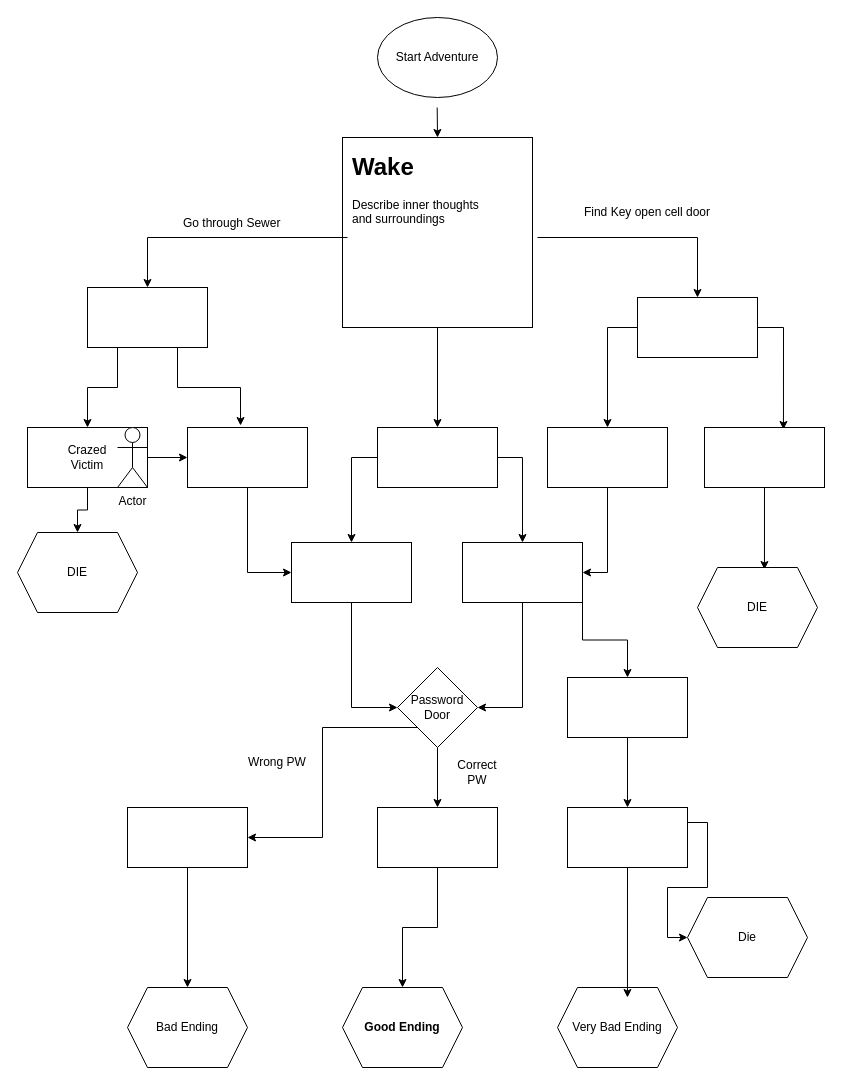
odgerst/C-Text_Adventure keeps this draw.io diagram as Untitled Diagram.drawio. Above is the earlier version. Source tidied: cells renumbered, new cells numbered last; positions are measured from the earlier drawing's top-left corner, leaving out a move shared by most shapes. Both pictures are drawn from the tidied source at 100%, with x=0, y=0 at pixel (17, 17).
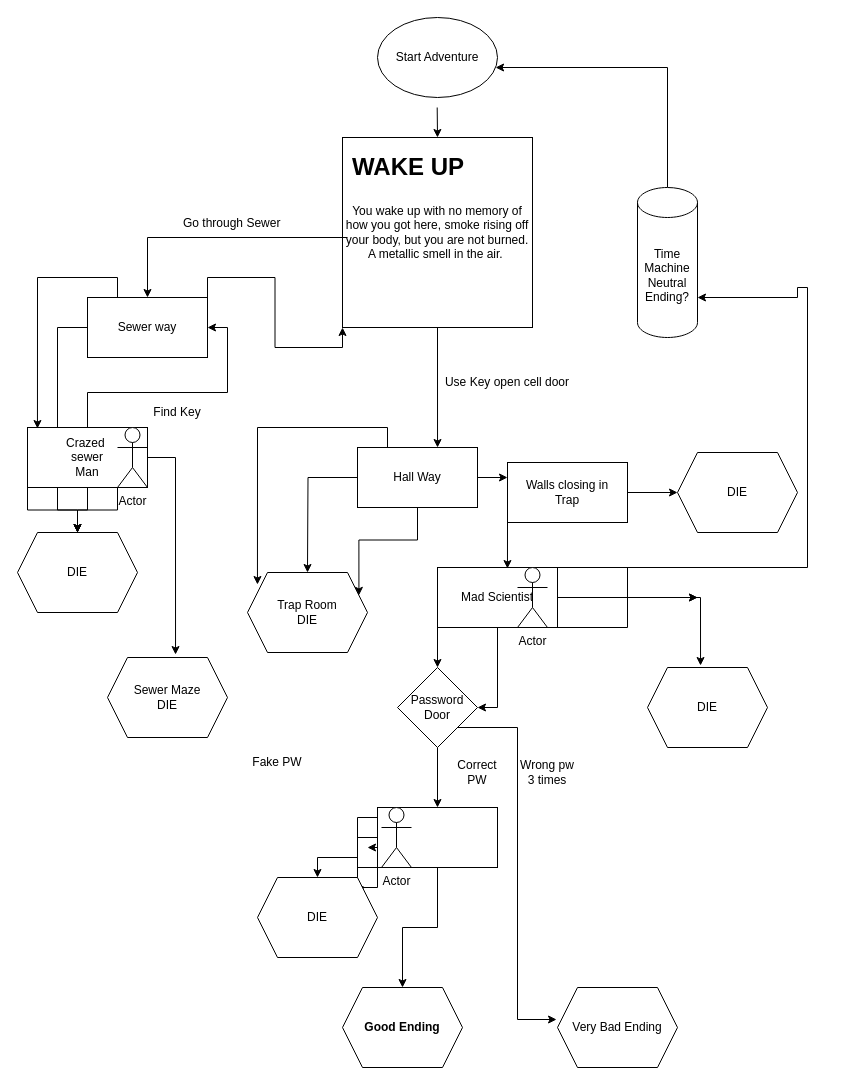
The same page after the edit.

Commit message:
Flow chart 0.5

Unchanged cells that the change refers to:
```xml
<mxCell id="2" value="Start Adventure&lt;br&gt;" style="ellipse;whiteSpace=wrap;html=1;" parent="1" vertex="1">
  <mxGeometry x="360" width="120" height="80" as="geometry" />
</mxCell>
<mxCell id="11" value="Very Bad Ending" style="shape=hexagon;perimeter=hexagonPerimeter2;whiteSpace=wrap;html=1;fixedSize=1;" parent="1" vertex="1">
  <mxGeometry x="540" y="970" width="120" height="80" as="geometry" />
</mxCell>
<mxCell id="37" value="Password&lt;br&gt;Door" style="rhombus;whiteSpace=wrap;html=1;" parent="1" vertex="1">
  <mxGeometry x="380" y="650" width="80" height="80" as="geometry" />
</mxCell>
<mxCell id="39" style="rounded=0;whiteSpace=wrap;html=1;" parent="1" vertex="1">
  <mxGeometry x="360" y="790" width="120" height="60" as="geometry" />
</mxCell>
<mxCell id="43" value="DIE" style="shape=hexagon;perimeter=hexagonPerimeter2;whiteSpace=wrap;html=1;fixedSize=1;" parent="1" vertex="1">
  <mxGeometry y="515" width="120" height="80" as="geometry" />
</mxCell>
<mxCell id="50" value="Actor" style="shape=umlActor;verticalLabelPosition=bottom;verticalAlign=top;html=1;outlineConnect=0;" parent="1" vertex="1">
  <mxGeometry x="100" y="410" width="30" height="60" as="geometry" />
</mxCell>
```

The edit, as a diff of the source:
```diff
@@
-    <mxCell id="4" style="edgeStyle=orthogonalEdgeStyle;rounded=0;jettySize=auto;html=1;exitX=0.5;exitY=1;exitDx=0;exitDy=0;entryX=0.5;entryY=0;entryDx=0;entryDy=0;" parent="1" edge="1" source="5" target="22">
-      <mxGeometry relative="1" as="geometry" />
-    </mxCell>
+    <mxCell id="55" style="edgeStyle=orthogonalEdgeStyle;rounded=0;jettySize=auto;html=1;exitX=0.5;exitY=1;exitDx=0;exitDy=0;entryX=0.667;entryY=0;entryDx=0;entryDy=0;entryPerimeter=0;" parent="1" edge="1" source="5" target="30">
+      <mxGeometry relative="1" as="geometry" />
+    </mxCell>
-    <mxCell id="5" style="whiteSpace=wrap;html=1;" parent="1" vertex="1">
+    <mxCell id="5" value="You wake up with no memory of how you got here, smoke rising off your body, but you are not burned.&lt;br&gt;A metallic smell in the air.&amp;nbsp;" style="whiteSpace=wrap;html=1;" parent="1" vertex="1">
       <mxGeometry x="325" y="120" width="190" height="190" as="geometry" />
     </mxCell>
-    <mxCell id="6" style="edgeStyle=orthogonalEdgeStyle;rounded=0;jettySize=auto;html=1;exitX=1;exitY=0.75;exitDx=0;exitDy=0;entryX=0.5;entryY=0;entryDx=0;entryDy=0;" parent="1" edge="1" source="8" target="30">
-      <mxGeometry relative="1" as="geometry" />
-    </mxCell>
@@
-    <mxCell id="8" value="&lt;h1&gt;Wake&lt;/h1&gt;&lt;p&gt;Describe inner thoughts and&amp;nbsp;&lt;span style=&quot;background-color: initial; color: rgb(0, 0, 0); --darkreader-inline-bgcolor: initial; --darkreader-inline-color:#edebe8;&quot;&gt;surroundings&amp;nbsp;&lt;/span&gt;&lt;/p&gt;" style="text;html=1;strokeColor=none;fillColor=none;spacing=5;spacingTop=-20;whiteSpace=wrap;overflow=hidden;rounded=0;" parent="1" vertex="1">
+    <mxCell id="8" value="&lt;h1&gt;WAKE UP&lt;/h1&gt;" style="text;html=1;strokeColor=none;fillColor=none;spacing=5;spacingTop=-20;whiteSpace=wrap;overflow=hidden;rounded=0;" parent="1" vertex="1">
       <mxGeometry x="330" y="130" width="190" height="120" as="geometry" />
     </mxCell>
-    <mxCell id="9" value="Bad Ending" style="shape=hexagon;perimeter=hexagonPerimeter2;whiteSpace=wrap;html=1;fixedSize=1;" parent="1" vertex="1">
-      <mxGeometry x="110" y="970" width="120" height="80" as="geometry" />
-    </mxCell>
@@
-    <mxCell id="12" style="edgeStyle=orthogonalEdgeStyle;rounded=0;jettySize=auto;html=1;exitX=0.25;exitY=1;exitDx=0;exitDy=0;" parent="1" edge="1" source="14" target="17">
-      <mxGeometry relative="1" as="geometry" />
-    </mxCell>
-    <mxCell id="13" style="edgeStyle=orthogonalEdgeStyle;rounded=0;jettySize=auto;html=1;exitX=0.75;exitY=1;exitDx=0;exitDy=0;entryX=0.442;entryY=-0.033;entryDx=0;entryDy=0;entryPerimeter=0;" parent="1" edge="1" source="14" target="19">
-      <mxGeometry relative="1" as="geometry" />
-    </mxCell>
+    <mxCell id="56" style="edgeStyle=orthogonalEdgeStyle;rounded=0;jettySize=auto;html=1;exitX=0;exitY=0.5;exitDx=0;exitDy=0;entryX=0.25;entryY=0.167;entryDx=0;entryDy=0;entryPerimeter=0;" parent="1" edge="1" source="14" target="17">
+      <mxGeometry relative="1" as="geometry" />
+    </mxCell>
+    <mxCell id="57" style="edgeStyle=orthogonalEdgeStyle;rounded=0;jettySize=auto;html=1;exitX=1;exitY=0;exitDx=0;exitDy=0;entryX=0;entryY=1;entryDx=0;entryDy=0;" parent="1" edge="1" source="14" target="5">
+      <mxGeometry relative="1" as="geometry" />
+    </mxCell>
+    <mxCell id="58" style="edgeStyle=orthogonalEdgeStyle;rounded=0;jettySize=auto;html=1;exitX=0.25;exitY=0;exitDx=0;exitDy=0;entryX=0.083;entryY=0.017;entryDx=0;entryDy=0;entryPerimeter=0;" parent="1" edge="1" source="14" target="17">
+      <mxGeometry relative="1" as="geometry" />
+    </mxCell>
-    <mxCell id="14" style="rounded=0;whiteSpace=wrap;html=1;" parent="1" vertex="1">
-      <mxGeometry x="70" y="270" width="120" height="60" as="geometry" />
+    <mxCell id="14" value="Sewer way" style="rounded=0;whiteSpace=wrap;html=1;" parent="1" vertex="1">
+      <mxGeometry x="70" y="280" width="120" height="60" as="geometry" />
     </mxCell>
@@
-    <mxCell id="16" style="edgeStyle=orthogonalEdgeStyle;rounded=0;jettySize=auto;html=1;exitX=1;exitY=0.5;exitDx=0;exitDy=0;entryX=0;entryY=0.5;entryDx=0;entryDy=0;" parent="1" edge="1" source="17" target="19">
-      <mxGeometry relative="1" as="geometry" />
-    </mxCell>
+    <mxCell id="59" style="edgeStyle=orthogonalEdgeStyle;rounded=0;jettySize=auto;html=1;exitX=0.25;exitY=1;exitDx=0;exitDy=0;" parent="1" edge="1" source="17" target="43">
+      <mxGeometry relative="1" as="geometry" />
+    </mxCell>
+    <mxCell id="60" style="edgeStyle=orthogonalEdgeStyle;rounded=0;jettySize=auto;html=1;exitX=0;exitY=1;exitDx=0;exitDy=0;entryX=0.5;entryY=0;entryDx=0;entryDy=0;" parent="1" edge="1" source="17" target="43">
+      <mxGeometry relative="1" as="geometry" />
+    </mxCell>
+    <mxCell id="61" style="edgeStyle=orthogonalEdgeStyle;rounded=0;jettySize=auto;html=1;entryX=1;entryY=0.5;entryDx=0;entryDy=0;" parent="1" edge="1" source="17" target="14">
+      <mxGeometry relative="1" as="geometry" />
+    </mxCell>
+    <mxCell id="62" style="edgeStyle=orthogonalEdgeStyle;rounded=0;jettySize=auto;html=1;entryX=0.567;entryY=-0.037;entryDx=0;entryDy=0;entryPerimeter=0;" parent="1" edge="1" source="17" target="79">
+      <mxGeometry relative="1" as="geometry">
+        <Array as="points">
+          <mxPoint x="158" y="440" />
+        </Array>
+      </mxGeometry>
+    </mxCell>
-    <mxCell id="17" value="Crazed&lt;br&gt;Victim&lt;br&gt;" style="rounded=0;whiteSpace=wrap;html=1;" parent="1" vertex="1">
+    <mxCell id="17" value="Crazed&amp;nbsp;&lt;br&gt;sewer&lt;br&gt;Man" style="rounded=0;whiteSpace=wrap;html=1;" parent="1" vertex="1">
       <mxGeometry x="10" y="410" width="120" height="60" as="geometry" />
     </mxCell>
-    <mxCell id="18" style="edgeStyle=orthogonalEdgeStyle;rounded=0;jettySize=auto;html=1;exitX=0.5;exitY=1;exitDx=0;exitDy=0;entryX=0;entryY=0.5;entryDx=0;entryDy=0;" parent="1" edge="1" source="19" target="24">
-      <mxGeometry relative="1" as="geometry" />
-    </mxCell>
-    <mxCell id="19" style="rounded=0;whiteSpace=wrap;html=1;" parent="1" vertex="1">
-      <mxGeometry x="170" y="410" width="120" height="60" as="geometry" />
-    </mxCell>
-    <mxCell id="20" style="edgeStyle=orthogonalEdgeStyle;rounded=0;jettySize=auto;html=1;exitX=0;exitY=0.5;exitDx=0;exitDy=0;entryX=0.5;entryY=0;entryDx=0;entryDy=0;" parent="1" edge="1" source="22" target="24">
-      <mxGeometry relative="1" as="geometry" />
-    </mxCell>
-    <mxCell id="21" style="edgeStyle=orthogonalEdgeStyle;rounded=0;jettySize=auto;html=1;exitX=1;exitY=0.5;exitDx=0;exitDy=0;entryX=0.5;entryY=0;entryDx=0;entryDy=0;" parent="1" edge="1" source="22" target="27">
-      <mxGeometry relative="1" as="geometry" />
-    </mxCell>
-    <mxCell id="22" style="rounded=0;whiteSpace=wrap;html=1;" parent="1" vertex="1">
-      <mxGeometry x="360" y="410" width="120" height="60" as="geometry" />
-    </mxCell>
-    <mxCell id="23" style="edgeStyle=orthogonalEdgeStyle;rounded=0;jettySize=auto;html=1;exitX=0.5;exitY=1;exitDx=0;exitDy=0;entryX=0;entryY=0.5;entryDx=0;entryDy=0;" parent="1" edge="1" source="24" target="37">
-      <mxGeometry relative="1" as="geometry" />
-    </mxCell>
-    <mxCell id="24" style="rounded=0;whiteSpace=wrap;html=1;" parent="1" vertex="1">
-      <mxGeometry x="274" y="525" width="120" height="60" as="geometry" />
-    </mxCell>
-    <mxCell id="25" style="edgeStyle=orthogonalEdgeStyle;rounded=0;jettySize=auto;html=1;exitX=0.5;exitY=1;exitDx=0;exitDy=0;entryX=1;entryY=0.5;entryDx=0;entryDy=0;" parent="1" edge="1" source="27" target="37">
-      <mxGeometry relative="1" as="geometry" />
-    </mxCell>
-    <mxCell id="26" style="edgeStyle=orthogonalEdgeStyle;rounded=0;jettySize=auto;html=1;exitX=1;exitY=1;exitDx=0;exitDy=0;entryX=0.5;entryY=0;entryDx=0;entryDy=0;" parent="1" edge="1" source="27" target="45">
-      <mxGeometry relative="1" as="geometry" />
-    </mxCell>
-    <mxCell id="27" style="rounded=0;whiteSpace=wrap;html=1;" parent="1" vertex="1">
-      <mxGeometry x="445" y="525" width="120" height="60" as="geometry" />
-    </mxCell>
-    <mxCell id="28" style="edgeStyle=orthogonalEdgeStyle;rounded=0;jettySize=auto;html=1;exitX=0;exitY=0.5;exitDx=0;exitDy=0;entryX=0.5;entryY=0;entryDx=0;entryDy=0;" parent="1" edge="1" source="30" target="32">
-      <mxGeometry relative="1" as="geometry" />
+    <mxCell id="28" style="edgeStyle=orthogonalEdgeStyle;rounded=0;jettySize=auto;html=1;exitX=0;exitY=0.5;exitDx=0;exitDy=0;entryX=0.5;entryY=0;entryDx=0;entryDy=0;" parent="1" edge="1" source="30">
+      <mxGeometry relative="1" as="geometry">
+        <mxPoint x="290" y="555" as="targetPoint" />
+      </mxGeometry>
     </mxCell>
-    <mxCell id="29" style="edgeStyle=orthogonalEdgeStyle;rounded=0;jettySize=auto;html=1;exitX=1;exitY=0.5;exitDx=0;exitDy=0;entryX=0.658;entryY=0.033;entryDx=0;entryDy=0;entryPerimeter=0;" parent="1" edge="1" source="30" target="34">
-      <mxGeometry relative="1" as="geometry" />
-    </mxCell>
+    <mxCell id="63" style="edgeStyle=orthogonalEdgeStyle;rounded=0;jettySize=auto;html=1;exitX=1;exitY=0.5;exitDx=0;exitDy=0;entryX=0;entryY=0.25;entryDx=0;entryDy=0;" parent="1" edge="1" source="30" target="86">
+      <mxGeometry relative="1" as="geometry" />
+    </mxCell>
+    <mxCell id="64" style="edgeStyle=orthogonalEdgeStyle;rounded=0;jettySize=auto;html=1;exitX=0.5;exitY=1;exitDx=0;exitDy=0;entryX=1;entryY=0.25;entryDx=0;entryDy=0;" parent="1" edge="1" source="30" target="82">
+      <mxGeometry relative="1" as="geometry" />
+    </mxCell>
+    <mxCell id="65" style="edgeStyle=orthogonalEdgeStyle;rounded=0;jettySize=auto;html=1;exitX=0.25;exitY=0;exitDx=0;exitDy=0;entryX=0.083;entryY=0.15;entryDx=0;entryDy=0;entryPerimeter=0;" parent="1" edge="1" source="30" target="82">
+      <mxGeometry relative="1" as="geometry" />
+    </mxCell>
-    <mxCell id="30" style="rounded=0;whiteSpace=wrap;html=1;" parent="1" vertex="1">
-      <mxGeometry x="620" y="280" width="120" height="60" as="geometry" />
+    <mxCell id="30" value="Hall Way" style="rounded=0;whiteSpace=wrap;html=1;" parent="1" vertex="1">
+      <mxGeometry x="340" y="430" width="120" height="60" as="geometry" />
     </mxCell>
-    <mxCell id="31" style="edgeStyle=orthogonalEdgeStyle;rounded=0;jettySize=auto;html=1;exitX=0.5;exitY=1;exitDx=0;exitDy=0;entryX=1;entryY=0.5;entryDx=0;entryDy=0;" parent="1" edge="1" source="32" target="27">
-      <mxGeometry relative="1" as="geometry" />
-    </mxCell>
-    <mxCell id="32" style="rounded=0;whiteSpace=wrap;html=1;" parent="1" vertex="1">
-      <mxGeometry x="530" y="410" width="120" height="60" as="geometry" />
-    </mxCell>
-    <mxCell id="33" style="edgeStyle=orthogonalEdgeStyle;rounded=0;jettySize=auto;html=1;exitX=0.5;exitY=1;exitDx=0;exitDy=0;entryX=0.558;entryY=0.025;entryDx=0;entryDy=0;entryPerimeter=0;" parent="1" edge="1" source="34" target="42">
+    <mxCell id="33" style="edgeStyle=orthogonalEdgeStyle;rounded=0;jettySize=auto;html=1;entryX=0.442;entryY=-0.025;entryDx=0;entryDy=0;entryPerimeter=0;" parent="1" edge="1" source="34" target="42">
       <mxGeometry relative="1" as="geometry" />
     </mxCell>
+    <mxCell id="66" style="edgeStyle=orthogonalEdgeStyle;rounded=0;jettySize=auto;html=1;exitX=1;exitY=0;exitDx=0;exitDy=0;" parent="1" edge="1" source="34">
+      <mxGeometry relative="1" as="geometry">
+        <mxPoint x="680" y="580" as="targetPoint" />
+        <Array as="points">
+          <mxPoint x="610" y="550" />
+          <mxPoint x="610" y="580" />
+        </Array>
+      </mxGeometry>
+    </mxCell>
+    <mxCell id="67" style="edgeStyle=orthogonalEdgeStyle;rounded=0;jettySize=auto;html=1;exitX=1;exitY=1;exitDx=0;exitDy=0;" parent="1" edge="1" source="34">
+      <mxGeometry relative="1" as="geometry">
+        <mxPoint x="680" y="580" as="targetPoint" />
+        <Array as="points">
+          <mxPoint x="610" y="610" />
+          <mxPoint x="610" y="580" />
+        </Array>
+      </mxGeometry>
+    </mxCell>
+    <mxCell id="68" style="edgeStyle=orthogonalEdgeStyle;rounded=0;jettySize=auto;html=1;exitX=0;exitY=1;exitDx=0;exitDy=0;entryX=0.5;entryY=0;entryDx=0;entryDy=0;" parent="1" edge="1" source="34" target="37">
+      <mxGeometry relative="1" as="geometry" />
+    </mxCell>
+    <mxCell id="69" style="edgeStyle=orthogonalEdgeStyle;rounded=0;jettySize=auto;html=1;exitX=0.5;exitY=1;exitDx=0;exitDy=0;entryX=1;entryY=0.5;entryDx=0;entryDy=0;" parent="1" edge="1" source="34" target="37">
+      <mxGeometry relative="1" as="geometry" />
+    </mxCell>
+    <mxCell id="70" style="edgeStyle=orthogonalEdgeStyle;rounded=0;jettySize=auto;html=1;exitX=1;exitY=0;exitDx=0;exitDy=0;" parent="1" edge="1" source="34" target="88">
+      <mxGeometry relative="1" as="geometry">
+        <Array as="points">
+          <mxPoint x="790" y="550" />
+          <mxPoint x="790" y="270" />
+          <mxPoint x="780" y="270" />
+          <mxPoint x="780" y="280" />
+        </Array>
+      </mxGeometry>
+    </mxCell>
-    <mxCell id="34" style="rounded=0;whiteSpace=wrap;html=1;" parent="1" vertex="1">
-      <mxGeometry x="687" y="410" width="120" height="60" as="geometry" />
+    <mxCell id="34" value="Mad Scientist" style="rounded=0;whiteSpace=wrap;html=1;" parent="1" vertex="1">
+      <mxGeometry x="420" y="550" width="120" height="60" as="geometry" />
     </mxCell>
-    <mxCell id="35" style="edgeStyle=orthogonalEdgeStyle;rounded=0;jettySize=auto;html=1;exitX=0;exitY=1;exitDx=0;exitDy=0;entryX=1;entryY=0.5;entryDx=0;entryDy=0;" parent="1" edge="1" source="37" target="41">
-      <mxGeometry relative="1" as="geometry" />
-    </mxCell>
@@
+    <mxCell id="71" style="edgeStyle=orthogonalEdgeStyle;rounded=0;jettySize=auto;html=1;exitX=1;exitY=1;exitDx=0;exitDy=0;entryX=-0.008;entryY=0.4;entryDx=0;entryDy=0;entryPerimeter=0;" parent="1" edge="1" source="37" target="11">
+      <mxGeometry relative="1" as="geometry" />
+    </mxCell>
@@
+    <mxCell id="72" style="edgeStyle=orthogonalEdgeStyle;rounded=0;jettySize=auto;html=1;exitX=0;exitY=0.5;exitDx=0;exitDy=0;entryX=0.9;entryY=0.125;entryDx=0;entryDy=0;entryPerimeter=0;" parent="1" edge="1" source="39" target="80">
+      <mxGeometry relative="1" as="geometry" />
+    </mxCell>
+    <mxCell id="73" style="edgeStyle=orthogonalEdgeStyle;rounded=0;jettySize=auto;html=1;exitX=0;exitY=1;exitDx=0;exitDy=0;" parent="1" edge="1" source="39" target="80">
+      <mxGeometry relative="1" as="geometry" />
+    </mxCell>
+    <mxCell id="74" style="edgeStyle=orthogonalEdgeStyle;rounded=0;jettySize=auto;html=1;exitX=0;exitY=0;exitDx=0;exitDy=0;" parent="1" edge="1" source="39">
+      <mxGeometry relative="1" as="geometry">
+        <mxPoint x="350" y="830" as="targetPoint" />
+        <Array as="points">
+          <mxPoint x="360" y="800" />
+          <mxPoint x="340" y="800" />
+          <mxPoint x="340" y="850" />
+          <mxPoint x="370" y="850" />
+          <mxPoint x="370" y="830" />
+        </Array>
+      </mxGeometry>
+    </mxCell>
@@
-    <mxCell id="40" style="edgeStyle=orthogonalEdgeStyle;rounded=0;jettySize=auto;html=1;exitX=0.5;exitY=1;exitDx=0;exitDy=0;entryX=0.5;entryY=0;entryDx=0;entryDy=0;" parent="1" edge="1" source="41" target="9">
-      <mxGeometry relative="1" as="geometry" />
-    </mxCell>
-    <mxCell id="41" style="rounded=0;whiteSpace=wrap;html=1;" parent="1" vertex="1">
-      <mxGeometry x="110" y="790" width="120" height="60" as="geometry" />
-    </mxCell>
     <mxCell id="42" value="DIE" style="shape=hexagon;perimeter=hexagonPerimeter2;whiteSpace=wrap;html=1;fixedSize=1;" parent="1" vertex="1">
-      <mxGeometry x="680" y="550" width="120" height="80" as="geometry" />
+      <mxGeometry x="630" y="650" width="120" height="80" as="geometry" />
     </mxCell>
@@
-    <mxCell id="44" style="edgeStyle=orthogonalEdgeStyle;rounded=0;jettySize=auto;html=1;exitX=0.5;exitY=1;exitDx=0;exitDy=0;entryX=0.5;entryY=0;entryDx=0;entryDy=0;" parent="1" edge="1" source="45" target="48">
-      <mxGeometry relative="1" as="geometry" />
-    </mxCell>
-    <mxCell id="45" style="rounded=0;whiteSpace=wrap;html=1;" parent="1" vertex="1">
-      <mxGeometry x="550" y="660" width="120" height="60" as="geometry" />
-    </mxCell>
-    <mxCell id="46" style="edgeStyle=orthogonalEdgeStyle;rounded=0;jettySize=auto;html=1;exitX=0.5;exitY=1;exitDx=0;exitDy=0;entryX=0.583;entryY=0.125;entryDx=0;entryDy=0;entryPerimeter=0;" parent="1" edge="1" source="48" target="11">
-      <mxGeometry relative="1" as="geometry" />
-    </mxCell>
-    <mxCell id="47" style="edgeStyle=orthogonalEdgeStyle;rounded=0;jettySize=auto;html=1;exitX=1;exitY=0.25;exitDx=0;exitDy=0;entryX=0;entryY=0.5;entryDx=0;entryDy=0;" parent="1" edge="1" source="48" target="49">
-      <mxGeometry relative="1" as="geometry" />
-    </mxCell>
-    <mxCell id="48" style="rounded=0;whiteSpace=wrap;html=1;" parent="1" vertex="1">
-      <mxGeometry x="550" y="790" width="120" height="60" as="geometry" />
-    </mxCell>
-    <mxCell id="49" value="Die" style="shape=hexagon;perimeter=hexagonPerimeter2;whiteSpace=wrap;html=1;fixedSize=1;" parent="1" vertex="1">
-      <mxGeometry x="670" y="880" width="120" height="80" as="geometry" />
-    </mxCell>
+    <mxCell id="75" style="edgeStyle=orthogonalEdgeStyle;rounded=0;jettySize=auto;html=1;exitX=0;exitY=1;exitDx=0;exitDy=0;exitPerimeter=0;" parent="1" edge="1" source="50" target="43">
+      <mxGeometry relative="1" as="geometry" />
+    </mxCell>
@@
-    <mxCell id="52" value="Find Key open cell door" style="text;html=1;strokeColor=none;fillColor=none;align=center;verticalAlign=middle;whiteSpace=wrap;rounded=0;" parent="1" vertex="1">
-      <mxGeometry x="560" y="180" width="140" height="30" as="geometry" />
+    <mxCell id="52" value="Use Key open cell door" style="text;html=1;strokeColor=none;fillColor=none;align=center;verticalAlign=middle;whiteSpace=wrap;rounded=0;" parent="1" vertex="1">
+      <mxGeometry x="420" y="350" width="140" height="30" as="geometry" />
     </mxCell>
-    <mxCell id="53" value="Wrong PW" style="text;html=1;strokeColor=none;fillColor=none;align=center;verticalAlign=middle;whiteSpace=wrap;rounded=0;" parent="1" vertex="1">
+    <mxCell id="53" value="Fake PW" style="text;html=1;strokeColor=none;fillColor=none;align=center;verticalAlign=middle;whiteSpace=wrap;rounded=0;" parent="1" vertex="1">
       <mxGeometry x="230" y="730" width="60" height="30" as="geometry" />
     </mxCell>
@@
+    <mxCell id="76" value="Wrong pw&lt;br&gt;3 times" style="text;html=1;strokeColor=none;fillColor=none;align=center;verticalAlign=middle;whiteSpace=wrap;rounded=0;" parent="1" vertex="1">
+      <mxGeometry x="500" y="740" width="60" height="30" as="geometry" />
+    </mxCell>
+    <mxCell id="77" value="Find Key" style="text;html=1;strokeColor=none;fillColor=none;align=center;verticalAlign=middle;whiteSpace=wrap;rounded=0;" parent="1" vertex="1">
+      <mxGeometry x="130" y="380" width="60" height="30" as="geometry" />
+    </mxCell>
+    <mxCell id="78" value="Actor" style="shape=umlActor;verticalLabelPosition=bottom;verticalAlign=top;html=1;" parent="1" vertex="1">
+      <mxGeometry x="500" y="550" width="30" height="60" as="geometry" />
+    </mxCell>
+    <mxCell id="79" value="Sewer Maze&lt;br&gt;DIE" style="shape=hexagon;perimeter=hexagonPerimeter2;whiteSpace=wrap;html=1;fixedSize=1;" parent="1" vertex="1">
+      <mxGeometry x="90" y="640" width="120" height="80" as="geometry" />
+    </mxCell>
+    <mxCell id="80" value="DIE" style="shape=hexagon;perimeter=hexagonPerimeter2;whiteSpace=wrap;html=1;fixedSize=1;" parent="1" vertex="1">
+      <mxGeometry x="240" y="860" width="120" height="80" as="geometry" />
+    </mxCell>
+    <mxCell id="81" value="Actor" style="shape=umlActor;verticalLabelPosition=bottom;verticalAlign=top;html=1;" parent="1" vertex="1">
+      <mxGeometry x="364" y="790" width="30" height="60" as="geometry" />
+    </mxCell>
+    <mxCell id="82" value="Trap Room&lt;br&gt;DIE" style="shape=hexagon;perimeter=hexagonPerimeter2;whiteSpace=wrap;html=1;fixedSize=1;size=20;" parent="1" vertex="1">
+      <mxGeometry x="230" y="555" width="120" height="80" as="geometry" />
+    </mxCell>
+    <mxCell id="83" value="DIE" style="shape=hexagon;perimeter=hexagonPerimeter2;whiteSpace=wrap;html=1;fixedSize=1;" parent="1" vertex="1">
+      <mxGeometry x="660" y="435" width="120" height="80" as="geometry" />
+    </mxCell>
+    <mxCell id="84" style="edgeStyle=orthogonalEdgeStyle;rounded=0;jettySize=auto;html=1;exitX=0;exitY=1;exitDx=0;exitDy=0;entryX=0.583;entryY=0.017;entryDx=0;entryDy=0;entryPerimeter=0;" parent="1" edge="1" source="86" target="34">
+      <mxGeometry relative="1" as="geometry" />
+    </mxCell>
+    <mxCell id="85" style="edgeStyle=orthogonalEdgeStyle;rounded=0;jettySize=auto;html=1;exitX=1;exitY=0.5;exitDx=0;exitDy=0;" parent="1" edge="1" source="86" target="83">
+      <mxGeometry relative="1" as="geometry" />
+    </mxCell>
+    <mxCell id="86" value="Walls closing in&lt;br&gt;Trap&lt;br&gt;" style="rounded=0;whiteSpace=wrap;html=1;" parent="1" vertex="1">
+      <mxGeometry x="490" y="445" width="120" height="60" as="geometry" />
+    </mxCell>
+    <mxCell id="87" style="edgeStyle=orthogonalEdgeStyle;rounded=0;jettySize=auto;html=1;" parent="1" edge="1" source="88" target="2">
+      <mxGeometry relative="1" as="geometry">
+        <Array as="points">
+          <mxPoint x="650" y="50" />
+        </Array>
+      </mxGeometry>
+    </mxCell>
+    <mxCell id="88" value="Time Machine&lt;br&gt;Neutral&lt;br&gt;Ending?" style="shape=cylinder3;whiteSpace=wrap;html=1;boundedLbl=1;backgroundOutline=1;size=15;" parent="1" vertex="1">
+      <mxGeometry x="620" y="170" width="60" height="150" as="geometry" />
+    </mxCell>
```
